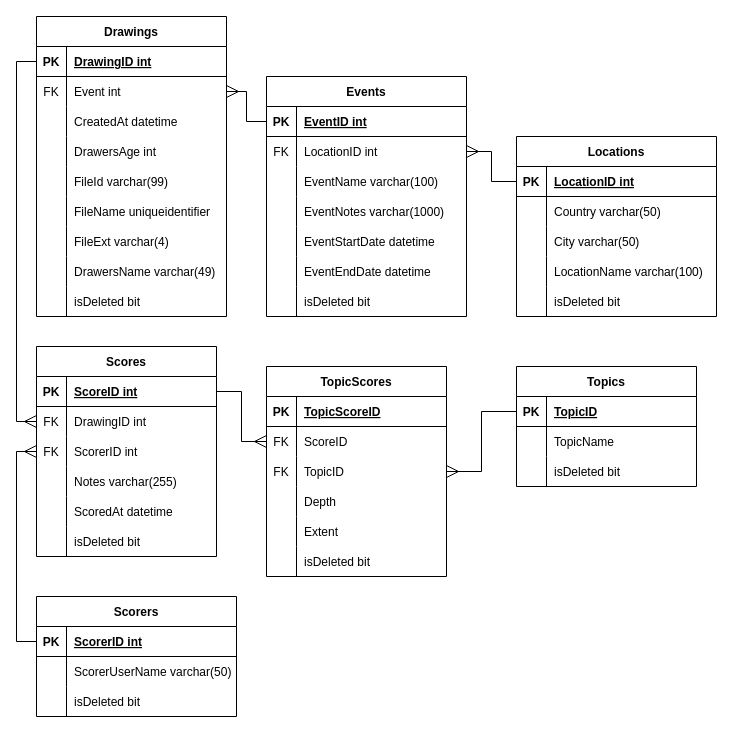
Earlier version of the draw.io diagram Project Docs/Diagrams/Entity Relationship Diagram/Entity Relationship Diagram.drawio (jgalminas/nma). Source tidied: cells renumbered, new cells numbered last; positions are measured from the earlier drawing's top-left corner, leaving out a move shared by most shapes. Both pictures are drawn from the tidied source at 100%, with x=0, y=0 at pixel (36, 16).
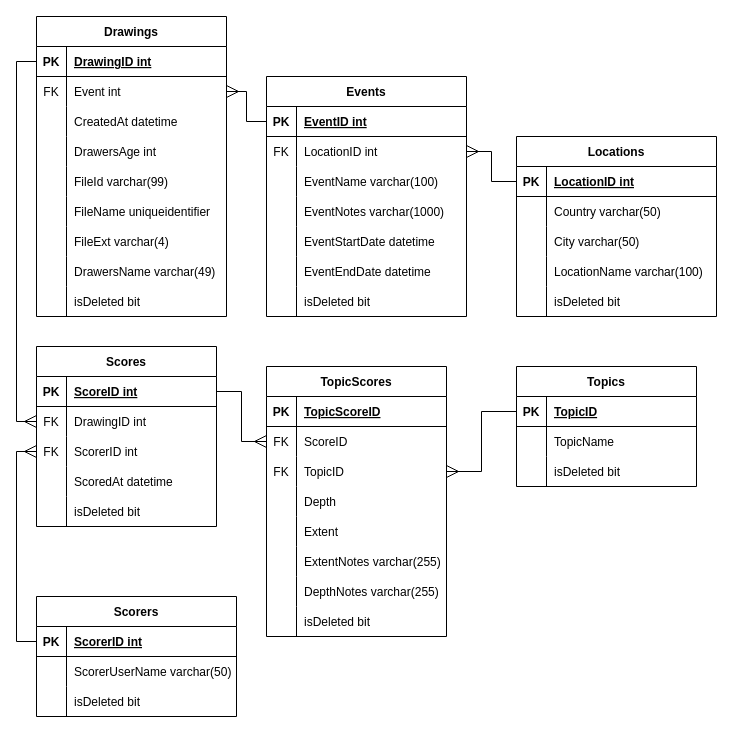
After the change.

Commit message (it also covers changes not shown here):
Remove notes from score & individual score notes to topic scores

Change to the diagram source:
```diff
@@
     <mxCell id="40" value="Scores" style="shape=table;startSize=30;childLayout=tableLayout;rowLines=0;fontStyle=1;align=center;" parent="1" vertex="1">
-      <mxGeometry y="330" width="180" height="210" as="geometry" />
+      <mxGeometry y="330" width="180" height="180" as="geometry" />
     </mxCell>
@@
-    <mxCell id="50" style="shape=tableRow;horizontal=0;startSize=0;swimlaneHead=0;swimlaneBody=0;fillColor=none;top=0;left=0;right=0;bottom=0;" parent="40" vertex="1">
-      <mxGeometry y="120" width="180" height="30" as="geometry" />
-    </mxCell>
-    <mxCell id="51" style="shape=partialRectangle;fillColor=none;top=0;left=0;bottom=0;right=0;overflow=hidden;" parent="50" vertex="1">
-      <mxGeometry width="30" height="30" as="geometry" />
-    </mxCell>
-    <mxCell id="52" value="Notes varchar(255)" style="shape=partialRectangle;fillColor=none;top=0;left=0;bottom=0;right=0;align=left;spacingLeft=6;overflow=hidden;" parent="50" vertex="1">
-      <mxGeometry x="30" width="150" height="30" as="geometry" />
-    </mxCell>
     <mxCell id="53" style="shape=tableRow;horizontal=0;startSize=0;swimlaneHead=0;swimlaneBody=0;fillColor=none;top=0;left=0;right=0;bottom=0;" parent="40" vertex="1">
-      <mxGeometry y="150" width="180" height="30" as="geometry" />
+      <mxGeometry y="120" width="180" height="30" as="geometry" />
     </mxCell>
@@
     <mxCell id="56" style="shape=tableRow;horizontal=0;startSize=0;swimlaneHead=0;swimlaneBody=0;fillColor=none;top=0;left=0;right=0;bottom=0;" parent="40" vertex="1">
-      <mxGeometry y="180" width="180" height="30" as="geometry" />
+      <mxGeometry y="150" width="180" height="30" as="geometry" />
     </mxCell>
@@
     <mxCell id="110" value="TopicScores" style="shape=table;startSize=30;childLayout=tableLayout;rowLines=0;fontStyle=1;align=center;" parent="1" vertex="1">
-      <mxGeometry x="230" y="350" width="180" height="210" as="geometry" />
+      <mxGeometry x="230" y="350" width="180" height="270" as="geometry" />
     </mxCell>
@@
+    <mxCell id="132" style="shape=tableRow;horizontal=0;startSize=0;swimlaneHead=0;swimlaneBody=0;fillColor=none;top=0;left=0;right=0;bottom=0;" parent="110" vertex="1">
+      <mxGeometry y="180" width="180" height="30" as="geometry" />
+    </mxCell>
+    <mxCell id="133" style="shape=partialRectangle;fillColor=none;top=0;left=0;bottom=0;right=0;overflow=hidden;" parent="132" vertex="1">
+      <mxGeometry width="30" height="30" as="geometry" />
+    </mxCell>
+    <mxCell id="134" value="ExtentNotes varchar(255)" style="shape=partialRectangle;fillColor=none;top=0;left=0;bottom=0;right=0;align=left;spacingLeft=6;overflow=hidden;" parent="132" vertex="1">
+      <mxGeometry x="30" width="150" height="30" as="geometry" />
+    </mxCell>
+    <mxCell id="135" style="shape=tableRow;horizontal=0;startSize=0;swimlaneHead=0;swimlaneBody=0;fillColor=none;top=0;left=0;right=0;bottom=0;" parent="110" vertex="1">
+      <mxGeometry y="210" width="180" height="30" as="geometry" />
+    </mxCell>
+    <mxCell id="136" style="shape=partialRectangle;fillColor=none;top=0;left=0;bottom=0;right=0;overflow=hidden;" parent="135" vertex="1">
+      <mxGeometry width="30" height="30" as="geometry" />
+    </mxCell>
+    <mxCell id="137" value="DepthNotes varchar(255)" style="shape=partialRectangle;fillColor=none;top=0;left=0;bottom=0;right=0;align=left;spacingLeft=6;overflow=hidden;" parent="135" vertex="1">
+      <mxGeometry x="30" width="150" height="30" as="geometry" />
+    </mxCell>
     <mxCell id="126" style="shape=tableRow;horizontal=0;startSize=0;swimlaneHead=0;swimlaneBody=0;fillColor=none;top=0;left=0;right=0;bottom=0;" parent="110" vertex="1">
-      <mxGeometry y="180" width="180" height="30" as="geometry" />
+      <mxGeometry y="240" width="180" height="30" as="geometry" />
     </mxCell>
```
